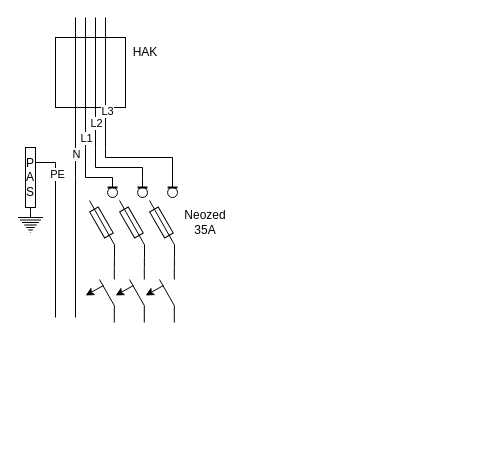
This is PV_Schaltplan.drawio from Lostqw1/Funfun, a draw.io file, before an edit. Source tidied: cells renumbered, new cells numbered last; positions are measured from the earlier drawing's top-left corner, leaving out a move shared by most shapes. Both pictures are drawn from the tidied source at 100%, with x=0, y=0 at pixel (17, 17).
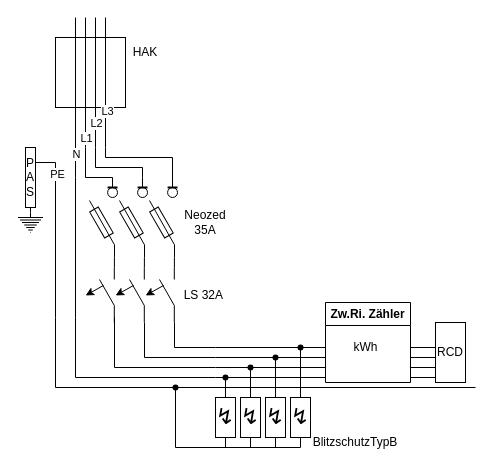
Above is the later version.

Unchanged cells that the change refers to:
```xml
<mxCell id="36" style="group;" parent="1" vertex="1">
  <mxGeometry x="65" y="250" width="32" height="55" as="geometry" />
</mxCell>
```

What changed in the source:
```diff
@@
     <mxCell id="37" style="group;rotation=-30;" parent="36" vertex="1">
-      <mxGeometry x="6.1" y="15" width="19.8" height="30" as="geometry" />
+      <mxGeometry x="6.1" y="15" width="25.7" height="30" as="geometry" />
     </mxCell>
+    <mxCell id="63" style="group;" parent="37" vertex="1">
+      <mxGeometry x="-3" y="-3" width="28.7" height="26" as="geometry" />
+    </mxCell>
-    <mxCell id="38" style="endArrow=none;html=1;rounded=0;" parent="37" edge="1">
+    <mxCell id="38" style="endArrow=none;html=1;rounded=0;" parent="63" edge="1">
       <mxGeometry relative="1" as="geometry">
-        <mxPoint x="25.7" y="23" as="sourcePoint" />
-        <mxPoint x="10.9" y="-3" as="targetPoint" />
+        <mxPoint x="28.7" y="26" as="sourcePoint" />
+        <mxPoint x="13.9" as="targetPoint" />
       </mxGeometry>
     </mxCell>
-    <mxCell id="39" style="endArrow=classic;html=1;rounded=0;" parent="37" edge="1">
+    <mxCell id="39" style="endArrow=classic;html=1;rounded=0;" parent="63" edge="1">
       <mxGeometry relative="1" as="geometry">
-        <mxPoint x="14.9" y="3" as="sourcePoint" />
-        <mxPoint x="-3" y="13" as="targetPoint" />
+        <mxPoint x="17.8" y="6" as="sourcePoint" />
+        <mxPoint y="16" as="targetPoint" />
       </mxGeometry>
     </mxCell>
@@
-    <mxCell id="49" style="group;" parent="1" vertex="1">
-      <mxGeometry x="125" y="250" width="32" height="55" as="geometry" />
-    </mxCell>
-    <mxCell id="50" style="group;rotation=-30;" parent="49" vertex="1">
-      <mxGeometry x="6.1" y="15" width="19.8" height="30" as="geometry" />
-    </mxCell>
-    <mxCell id="51" style="endArrow=none;html=1;rounded=0;" parent="50" edge="1">
-      <mxGeometry relative="1" as="geometry">
-        <mxPoint x="25.7" y="23" as="sourcePoint" />
-        <mxPoint x="10.9" y="-3" as="targetPoint" />
-      </mxGeometry>
-    </mxCell>
-    <mxCell id="52" style="endArrow=classic;html=1;rounded=0;" parent="50" edge="1">
-      <mxGeometry relative="1" as="geometry">
-        <mxPoint x="14.9" y="3" as="sourcePoint" />
-        <mxPoint x="-3" y="13" as="targetPoint" />
-      </mxGeometry>
-    </mxCell>
-    <mxCell id="53" style="endArrow=none;html=1;rounded=0;" parent="49" edge="1">
-      <mxGeometry relative="1" as="geometry">
-        <mxPoint x="31.8" y="38" as="sourcePoint" />
-        <mxPoint x="31.8" y="55" as="targetPoint" />
-      </mxGeometry>
-    </mxCell>
-    <mxCell id="54" style="endArrow=none;html=1;rounded=0;" parent="49" edge="1">
-      <mxGeometry relative="1" as="geometry">
-        <mxPoint x="31.8" y="12" as="sourcePoint" />
-        <mxPoint x="31.8" as="targetPoint" />
-      </mxGeometry>
-    </mxCell>
@@
+    <mxCell id="64" style="endArrow=none;html=1;rounded=0;" parent="1" edge="1">
+      <mxGeometry relative="1" as="geometry">
+        <mxPoint x="198" y="330" as="sourcePoint" />
+        <mxPoint x="157" y="305" as="targetPoint" />
+        <Array as="points">
+          <mxPoint x="157" y="330" />
+        </Array>
+      </mxGeometry>
+    </mxCell>
+    <mxCell id="65" style="endArrow=none;html=1;rounded=0;" parent="1" edge="1">
+      <mxGeometry relative="1" as="geometry">
+        <mxPoint x="198" y="340" as="sourcePoint" />
+        <mxPoint x="127" y="305" as="targetPoint" />
+        <Array as="points">
+          <mxPoint x="127" y="340" />
+        </Array>
+      </mxGeometry>
+    </mxCell>
+    <mxCell id="66" style="endArrow=none;html=1;rounded=0;" parent="1" edge="1">
+      <mxGeometry relative="1" as="geometry">
+        <mxPoint x="198" y="350" as="sourcePoint" />
+        <mxPoint x="97" y="300" as="targetPoint" />
+        <Array as="points">
+          <mxPoint x="97" y="350" />
+        </Array>
+      </mxGeometry>
+    </mxCell>
+    <mxCell id="67" style="endArrow=none;html=1;rounded=0;" parent="1" edge="1">
+      <mxGeometry relative="1" as="geometry">
+        <mxPoint x="198" y="360" as="sourcePoint" />
+        <mxPoint x="58" y="300" as="targetPoint" />
+        <Array as="points">
+          <mxPoint x="58" y="360" />
+        </Array>
+      </mxGeometry>
+    </mxCell>
+    <mxCell id="68" style="endArrow=none;html=1;rounded=0;" parent="1" edge="1">
+      <mxGeometry relative="1" as="geometry">
+        <mxPoint x="458" y="370" as="sourcePoint" />
+        <mxPoint x="38" y="300" as="targetPoint" />
+        <Array as="points">
+          <mxPoint x="38" y="370" />
+        </Array>
+      </mxGeometry>
+    </mxCell>
+    <mxCell id="69" value="&lt;font style=&quot;font-size: 22px;&quot;&gt;↯&lt;/font&gt;" style="rounded=0;whiteSpace=wrap;html=1;" parent="1" vertex="1">
+      <mxGeometry x="198" y="380" width="20" height="40" as="geometry" />
+    </mxCell>
+    <mxCell id="70" value="&lt;font style=&quot;font-size: 22px;&quot;&gt;↯&lt;/font&gt;" style="rounded=0;whiteSpace=wrap;html=1;" parent="1" vertex="1">
+      <mxGeometry x="223" y="380" width="20" height="40" as="geometry" />
+    </mxCell>
+    <mxCell id="71" value="&lt;font style=&quot;font-size: 22px;&quot;&gt;↯&lt;/font&gt;" style="rounded=0;whiteSpace=wrap;html=1;" parent="1" vertex="1">
+      <mxGeometry x="248" y="380" width="20" height="40" as="geometry" />
+    </mxCell>
+    <mxCell id="72" value="&lt;font style=&quot;font-size: 22px;&quot;&gt;↯&lt;/font&gt;" style="rounded=0;whiteSpace=wrap;html=1;" parent="1" vertex="1">
+      <mxGeometry x="273" y="380" width="20" height="40" as="geometry" />
+    </mxCell>
+    <mxCell id="73" style="endArrow=none;html=1;rounded=0;exitDx=0;exitDy=0;startArrow=none;" parent="1" edge="1" source="75">
+      <mxGeometry relative="1" as="geometry">
+        <mxPoint x="198" y="360" as="targetPoint" />
+      </mxGeometry>
+    </mxCell>
+    <mxCell id="74" style="endArrow=none;html=1;rounded=0;exitX=0.5;exitY=0;exitDx=0;exitDy=0;" parent="1" edge="1" source="69" target="75">
+      <mxGeometry relative="1" as="geometry">
+        <Array as="points">
+          <mxPoint x="208" y="360" />
+        </Array>
+      </mxGeometry>
+    </mxCell>
+    <mxCell id="75" style="shape=waypoint;sketch=0;fillStyle=solid;size=6;points=[];fillColor=none;perimeter=centerPerimeter;snapToPoint=1;" parent="1" vertex="1">
+      <mxGeometry x="198" y="350" width="20" height="20" as="geometry" />
+    </mxCell>
+    <mxCell id="76" style="shape=waypoint;sketch=0;fillStyle=solid;size=6;points=[];fillColor=none;perimeter=centerPerimeter;snapToPoint=1;" parent="1" vertex="1">
+      <mxGeometry x="223" y="340" width="20" height="20" as="geometry" />
+    </mxCell>
+    <mxCell id="77" style="shape=waypoint;sketch=0;fillStyle=solid;size=6;points=[];fillColor=none;perimeter=centerPerimeter;snapToPoint=1;" parent="1" vertex="1">
+      <mxGeometry x="248" y="330" width="20" height="20" as="geometry" />
+    </mxCell>
+    <mxCell id="78" style="shape=waypoint;sketch=0;fillStyle=solid;size=6;points=[];fillColor=none;perimeter=centerPerimeter;snapToPoint=1;" parent="1" vertex="1">
+      <mxGeometry x="273" y="320" width="20" height="20" as="geometry" />
+    </mxCell>
+    <mxCell id="79" style="endArrow=none;html=1;rounded=0;entryX=0.25;entryY=0.5;entryDx=0;entryDy=0;entryPerimeter=0;" parent="1" edge="1" target="78">
+      <mxGeometry relative="1" as="geometry">
+        <mxPoint x="198" y="330" as="sourcePoint" />
+      </mxGeometry>
+    </mxCell>
+    <mxCell id="80" style="endArrow=none;html=1;rounded=0;entryX=0.5;entryY=0;entryDx=0;entryDy=0;" parent="1" edge="1" source="78" target="72">
+      <mxGeometry relative="1" as="geometry" />
+    </mxCell>
+    <mxCell id="81" style="endArrow=none;html=1;rounded=0;entryX=0.5;entryY=0;entryDx=0;entryDy=0;" parent="1" edge="1" source="76" target="70">
+      <mxGeometry relative="1" as="geometry" />
+    </mxCell>
+    <mxCell id="82" style="endArrow=none;html=1;rounded=0;" parent="1" edge="1" target="76">
+      <mxGeometry relative="1" as="geometry">
+        <mxPoint x="198" y="350" as="sourcePoint" />
+      </mxGeometry>
+    </mxCell>
+    <mxCell id="83" style="endArrow=none;html=1;rounded=0;" parent="1" edge="1" target="77">
+      <mxGeometry relative="1" as="geometry">
+        <mxPoint x="198" y="340" as="sourcePoint" />
+      </mxGeometry>
+    </mxCell>
+    <mxCell id="84" style="endArrow=none;html=1;rounded=0;entryX=0.5;entryY=0;entryDx=0;entryDy=0;exitX=0.55;exitY=0.617;exitDx=0;exitDy=0;exitPerimeter=0;" parent="1" edge="1" source="77" target="71">
+      <mxGeometry relative="1" as="geometry" />
+    </mxCell>
+    <mxCell id="85" style="endArrow=none;html=1;rounded=0;entryX=0.5;entryY=1;entryDx=0;entryDy=0;startArrow=none;" parent="1" edge="1" source="95" target="72">
+      <mxGeometry relative="1" as="geometry">
+        <Array as="points">
+          <mxPoint x="158" y="430" />
+          <mxPoint x="283" y="430" />
+        </Array>
+      </mxGeometry>
+    </mxCell>
+    <mxCell id="86" style="endArrow=none;html=1;rounded=0;entryX=0.5;entryY=1;entryDx=0;entryDy=0;" parent="1" edge="1" target="71">
+      <mxGeometry relative="1" as="geometry">
+        <mxPoint x="258" y="430" as="sourcePoint" />
+      </mxGeometry>
+    </mxCell>
+    <mxCell id="87" style="endArrow=none;html=1;rounded=0;entryX=0.5;entryY=1;entryDx=0;entryDy=0;" parent="1" edge="1" target="70">
+      <mxGeometry relative="1" as="geometry">
+        <mxPoint x="233" y="430" as="sourcePoint" />
+      </mxGeometry>
+    </mxCell>
+    <mxCell id="88" style="endArrow=none;html=1;rounded=0;entryX=0.5;entryY=1;entryDx=0;entryDy=0;" parent="1" edge="1" target="69">
+      <mxGeometry relative="1" as="geometry">
+        <mxPoint x="208" y="430" as="sourcePoint" />
+      </mxGeometry>
+    </mxCell>
+    <mxCell id="89" value="Zw.Ri. Zähler" style="swimlane;whiteSpace=wrap;html=1;" parent="1" vertex="1">
+      <mxGeometry x="308" y="285" width="85" height="80" as="geometry" />
+    </mxCell>
+    <mxCell id="90" style="endArrow=none;html=1;rounded=0;" parent="1" edge="1">
+      <mxGeometry relative="1" as="geometry">
+        <mxPoint x="283" y="330" as="sourcePoint" />
+        <mxPoint x="308" y="330" as="targetPoint" />
+      </mxGeometry>
+    </mxCell>
+    <mxCell id="91" style="endArrow=none;html=1;rounded=0;" parent="1" edge="1">
+      <mxGeometry relative="1" as="geometry">
+        <mxPoint x="308" y="340" as="sourcePoint" />
+        <mxPoint x="258" y="340" as="targetPoint" />
+      </mxGeometry>
+    </mxCell>
+    <mxCell id="92" style="endArrow=none;html=1;rounded=0;" parent="1" edge="1" source="76">
+      <mxGeometry relative="1" as="geometry">
+        <mxPoint x="308" y="350" as="targetPoint" />
+      </mxGeometry>
+    </mxCell>
+    <mxCell id="93" style="endArrow=none;html=1;rounded=0;exitX=0.4;exitY=0.517;exitDx=0;exitDy=0;exitPerimeter=0;" parent="1" edge="1" source="75">
+      <mxGeometry relative="1" as="geometry">
+        <mxPoint x="308" y="360" as="targetPoint" />
+      </mxGeometry>
+    </mxCell>
+    <mxCell id="94" style="endArrow=none;html=1;rounded=0;entryDx=0;entryDy=0;" parent="1" edge="1" target="95">
+      <mxGeometry relative="1" as="geometry">
+        <mxPoint x="158" y="370" as="sourcePoint" />
+      </mxGeometry>
+    </mxCell>
+    <mxCell id="95" style="shape=waypoint;sketch=0;fillStyle=solid;size=6;points=[];fillColor=none;perimeter=centerPerimeter;snapToPoint=1;" parent="1" vertex="1">
+      <mxGeometry x="148" y="360" width="20" height="20" as="geometry" />
+    </mxCell>
+    <mxCell id="96" value="BlitzschutzTypB" style="text;html=1;strokeColor=none;fillColor=none;align=center;verticalAlign=middle;whiteSpace=wrap;rounded=0;" parent="1" vertex="1">
+      <mxGeometry x="308" y="410" width="60" height="30" as="geometry" />
+    </mxCell>
+    <mxCell id="97" value="kWh" style="text;html=1;align=center;verticalAlign=middle;strokeColor=none;fillColor=none;" parent="1" vertex="1">
+      <mxGeometry x="323" y="315" width="50" height="30" as="geometry" />
+    </mxCell>
+    <mxCell id="98" value="LS 32A&amp;nbsp;" style="text;html=1;strokeColor=none;fillColor=none;align=center;verticalAlign=middle;whiteSpace=wrap;rounded=0;" parent="1" vertex="1">
+      <mxGeometry x="158" y="262.5" width="60" height="30" as="geometry" />
+    </mxCell>
+    <mxCell id="49" style="group;" parent="1" vertex="1">
+      <mxGeometry x="125" y="250" width="32" height="55" as="geometry" />
+    </mxCell>
+    <mxCell id="50" style="group;rotation=-30;" parent="49" vertex="1">
+      <mxGeometry x="6.1" y="15" width="19.8" height="30" as="geometry" />
+    </mxCell>
+    <mxCell id="99" style="endArrow=none;html=1;rounded=0;" parent="50" edge="1">
+      <mxGeometry relative="1" as="geometry">
+        <mxPoint x="25.7" y="23" as="sourcePoint" />
+        <mxPoint x="10.9" y="-3" as="targetPoint" />
+      </mxGeometry>
+    </mxCell>
+    <mxCell id="100" style="endArrow=classic;html=1;rounded=0;" parent="50" edge="1">
+      <mxGeometry relative="1" as="geometry">
+        <mxPoint x="14.9" y="3" as="sourcePoint" />
+        <mxPoint x="-3" y="13" as="targetPoint" />
+      </mxGeometry>
+    </mxCell>
+    <mxCell id="101" style="endArrow=none;html=1;rounded=0;" parent="49" edge="1">
+      <mxGeometry relative="1" as="geometry">
+        <mxPoint x="31.8" y="38" as="sourcePoint" />
+        <mxPoint x="31.8" y="55" as="targetPoint" />
+      </mxGeometry>
+    </mxCell>
+    <mxCell id="102" style="endArrow=none;html=1;rounded=0;" parent="49" edge="1">
+      <mxGeometry relative="1" as="geometry">
+        <mxPoint x="31.8" y="12" as="sourcePoint" />
+        <mxPoint x="31.8" as="targetPoint" />
+      </mxGeometry>
+    </mxCell>
+    <mxCell id="103" value="RCD" style="rounded=0;whiteSpace=wrap;html=1;" parent="1" vertex="1">
+      <mxGeometry x="418" y="305" width="30" height="60" as="geometry" />
+    </mxCell>
+    <mxCell id="104" style="endArrow=none;html=1;rounded=0;" parent="1" edge="1">
+      <mxGeometry relative="1" as="geometry">
+        <mxPoint x="393" y="330" as="sourcePoint" />
+        <mxPoint x="418" y="330" as="targetPoint" />
+      </mxGeometry>
+    </mxCell>
+    <mxCell id="105" style="endArrow=none;html=1;rounded=0;" parent="1" edge="1">
+      <mxGeometry relative="1" as="geometry">
+        <mxPoint x="393" y="340" as="sourcePoint" />
+        <mxPoint x="418" y="340" as="targetPoint" />
+      </mxGeometry>
+    </mxCell>
+    <mxCell id="106" style="endArrow=none;html=1;rounded=0;" parent="1" edge="1">
+      <mxGeometry relative="1" as="geometry">
+        <mxPoint x="393" y="350" as="sourcePoint" />
+        <mxPoint x="418" y="350" as="targetPoint" />
+      </mxGeometry>
+    </mxCell>
+    <mxCell id="107" style="endArrow=none;html=1;rounded=0;" parent="1" edge="1">
+      <mxGeometry relative="1" as="geometry">
+        <mxPoint x="393" y="360" as="sourcePoint" />
+        <mxPoint x="418" y="360" as="targetPoint" />
+      </mxGeometry>
+    </mxCell>
```
